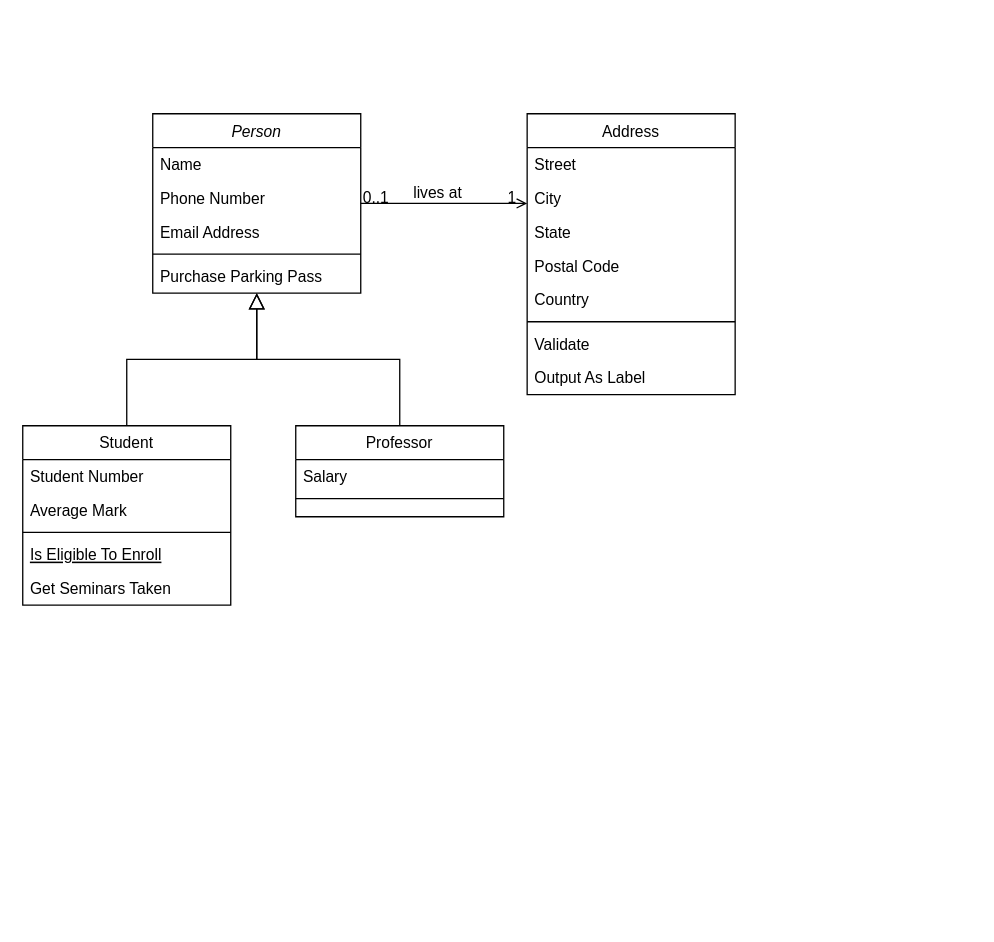
The draw.io diagram Biểu đồ không có tiêu đề.drawio in HieuNguyen06nd/JAVA30_SQL, before the edit. Source tidied: cells renumbered, new cells numbered last; positions are measured from the earlier drawing's top-left corner, leaving out a move shared by most shapes. Both pictures are drawn from the tidied source at 130%, with x=0, y=0 at pixel (22, 113).
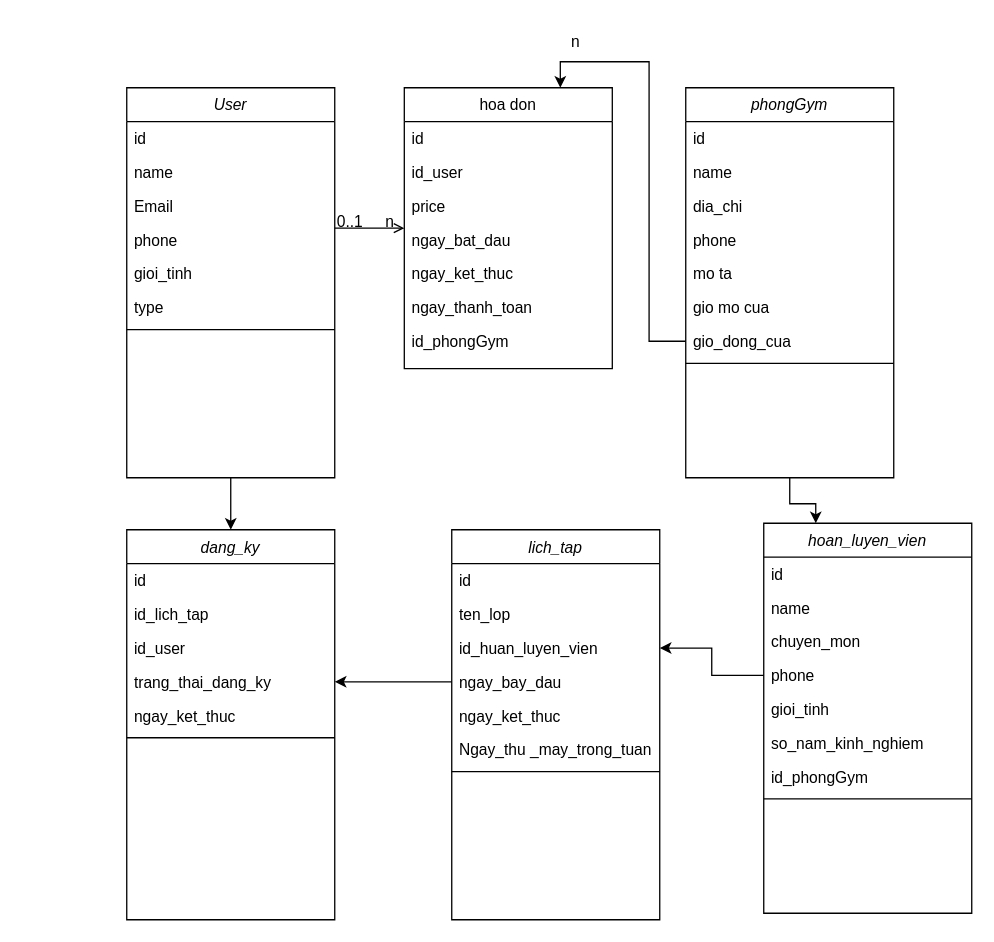
After the change.

Commit message (it also covers changes not shown here):
Cập nhật Biểu đồ không có tiêu đề.drawio

The change refers to these unchanged cells:
```xml
<mxCell id="28" style="endArrow=open;shadow=0;strokeWidth=1;rounded=0;curved=0;endFill=1;edgeStyle=elbowEdgeStyle;elbow=vertical;" parent="1" edge="1" source="2" target="19">
  <mxGeometry x="0.5" y="41" relative="1" as="geometry">
    <mxPoint x="-40" y="32" as="offset" />
  </mxGeometry>
</mxCell>
```

What changed in the source:
```diff
@@
+    <mxCell id="32" style="edgeStyle=orthogonalEdgeStyle;rounded=0;jettySize=auto;html=1;entryX=0.5;entryY=0;entryDx=0;entryDy=0;" parent="1" edge="1" source="2" target="67">
+      <mxGeometry relative="1" as="geometry" />
+    </mxCell>
-    <mxCell id="2" value="Person" style="swimlane;fontStyle=2;align=center;verticalAlign=top;horizontal=1;startSize=26;rounded=0;shadow=0;strokeWidth=1;" parent="1" vertex="1">
-      <mxGeometry x="100" width="160" height="138" as="geometry" />
+    <mxCell id="2" value="User" style="swimlane;fontStyle=2;align=center;verticalAlign=top;horizontal=1;startSize=26;rounded=0;shadow=0;strokeWidth=1;" parent="1" vertex="1">
+      <mxGeometry x="80" y="-20" width="160" height="300" as="geometry" />
     </mxCell>
-    <mxCell id="3" value="Name" style="text;align=left;verticalAlign=top;spacingLeft=4;spacingRight=4;overflow=hidden;" parent="2" vertex="1">
+    <mxCell id="3" value="id&#10;" style="text;align=left;verticalAlign=top;spacingLeft=4;spacingRight=4;overflow=hidden;" parent="2" vertex="1">
       <mxGeometry y="26" width="160" height="26" as="geometry" />
     </mxCell>
-    <mxCell id="4" value="Phone Number" style="text;align=left;verticalAlign=top;spacingLeft=4;spacingRight=4;overflow=hidden;rounded=0;shadow=0;html=0;" parent="2" vertex="1">
+    <mxCell id="4" value="name" style="text;align=left;verticalAlign=top;spacingLeft=4;spacingRight=4;overflow=hidden;rounded=0;shadow=0;html=0;" parent="2" vertex="1">
       <mxGeometry y="52" width="160" height="26" as="geometry" />
     </mxCell>
-    <mxCell id="5" value="Email Address" style="text;align=left;verticalAlign=top;spacingLeft=4;spacingRight=4;overflow=hidden;rounded=0;shadow=0;html=0;" parent="2" vertex="1">
+    <mxCell id="5" value="Email" style="text;align=left;verticalAlign=top;spacingLeft=4;spacingRight=4;overflow=hidden;rounded=0;shadow=0;html=0;" parent="2" vertex="1">
       <mxGeometry y="78" width="160" height="26" as="geometry" />
     </mxCell>
+    <mxCell id="33" value="phone" style="text;align=left;verticalAlign=top;spacingLeft=4;spacingRight=4;overflow=hidden;" parent="2" vertex="1">
+      <mxGeometry y="104" width="160" height="26" as="geometry" />
+    </mxCell>
+    <mxCell id="34" value="gioi_tinh" style="text;align=left;verticalAlign=top;spacingLeft=4;spacingRight=4;overflow=hidden;" parent="2" vertex="1">
+      <mxGeometry y="130" width="160" height="26" as="geometry" />
+    </mxCell>
+    <mxCell id="35" value="type&#10;" style="text;align=left;verticalAlign=top;spacingLeft=4;spacingRight=4;overflow=hidden;" parent="2" vertex="1">
+      <mxGeometry y="156" width="160" height="26" as="geometry" />
+    </mxCell>
     <mxCell id="6" style="line;html=1;strokeWidth=1;align=left;verticalAlign=middle;spacingTop=-1;spacingLeft=3;spacingRight=3;labelPosition=right;" parent="2" vertex="1">
-      <mxGeometry y="104" width="160" height="8" as="geometry" />
+      <mxGeometry y="182" width="160" height="8" as="geometry" />
     </mxCell>
-    <mxCell id="7" value="Purchase Parking Pass" style="text;align=left;verticalAlign=top;spacingLeft=4;spacingRight=4;overflow=hidden;" parent="2" vertex="1">
-      <mxGeometry y="112" width="160" height="26" as="geometry" />
-    </mxCell>
-    <mxCell id="8" value="Student" style="swimlane;fontStyle=0;align=center;verticalAlign=top;horizontal=1;startSize=26;rounded=0;shadow=0;strokeWidth=1;" parent="1" vertex="1">
-      <mxGeometry y="240" width="160" height="138" as="geometry" />
-    </mxCell>
-    <mxCell id="9" value="Student Number" style="text;align=left;verticalAlign=top;spacingLeft=4;spacingRight=4;overflow=hidden;" parent="8" vertex="1">
-      <mxGeometry y="26" width="160" height="26" as="geometry" />
-    </mxCell>
-    <mxCell id="10" value="Average Mark" style="text;align=left;verticalAlign=top;spacingLeft=4;spacingRight=4;overflow=hidden;rounded=0;shadow=0;html=0;" parent="8" vertex="1">
-      <mxGeometry y="52" width="160" height="26" as="geometry" />
-    </mxCell>
-    <mxCell id="11" style="line;html=1;strokeWidth=1;align=left;verticalAlign=middle;spacingTop=-1;spacingLeft=3;spacingRight=3;labelPosition=right;" parent="8" vertex="1">
-      <mxGeometry y="78" width="160" height="8" as="geometry" />
-    </mxCell>
-    <mxCell id="12" value="Is Eligible To Enroll" style="text;align=left;verticalAlign=top;spacingLeft=4;spacingRight=4;overflow=hidden;fontStyle=4;" parent="8" vertex="1">
-      <mxGeometry y="86" width="160" height="26" as="geometry" />
-    </mxCell>
-    <mxCell id="13" value="Get Seminars Taken" style="text;align=left;verticalAlign=top;spacingLeft=4;spacingRight=4;overflow=hidden;" parent="8" vertex="1">
-      <mxGeometry y="112" width="160" height="26" as="geometry" />
-    </mxCell>
-    <mxCell id="14" style="endArrow=block;endSize=10;endFill=0;shadow=0;strokeWidth=1;rounded=0;curved=0;edgeStyle=elbowEdgeStyle;elbow=vertical;" parent="1" edge="1" source="8" target="2">
-      <mxGeometry relative="1" as="geometry" />
-    </mxCell>
-    <mxCell id="15" value="Professor" style="swimlane;fontStyle=0;align=center;verticalAlign=top;horizontal=1;startSize=26;rounded=0;shadow=0;strokeWidth=1;" parent="1" vertex="1">
-      <mxGeometry x="210" y="240" width="160" height="70" as="geometry" />
-    </mxCell>
-    <mxCell id="16" value="Salary" style="text;align=left;verticalAlign=top;spacingLeft=4;spacingRight=4;overflow=hidden;" parent="15" vertex="1">
-      <mxGeometry y="26" width="160" height="26" as="geometry" />
-    </mxCell>
-    <mxCell id="17" style="line;html=1;strokeWidth=1;align=left;verticalAlign=middle;spacingTop=-1;spacingLeft=3;spacingRight=3;labelPosition=right;" parent="15" vertex="1">
-      <mxGeometry y="52" width="160" height="8" as="geometry" />
-    </mxCell>
-    <mxCell id="18" style="endArrow=block;endSize=10;endFill=0;shadow=0;strokeWidth=1;rounded=0;curved=0;edgeStyle=elbowEdgeStyle;elbow=vertical;" parent="1" edge="1" source="15" target="2">
-      <mxGeometry relative="1" as="geometry" />
-    </mxCell>
+    <mxCell id="36" value="hoan_luyen_vien" style="swimlane;fontStyle=2;align=center;verticalAlign=top;horizontal=1;startSize=26;rounded=0;shadow=0;strokeWidth=1;" parent="1" vertex="1">
+      <mxGeometry x="570" y="315" width="160" height="300" as="geometry" />
+    </mxCell>
+    <mxCell id="37" value="id&#10;" style="text;align=left;verticalAlign=top;spacingLeft=4;spacingRight=4;overflow=hidden;" parent="36" vertex="1">
+      <mxGeometry y="26" width="160" height="26" as="geometry" />
+    </mxCell>
+    <mxCell id="38" value="name" style="text;align=left;verticalAlign=top;spacingLeft=4;spacingRight=4;overflow=hidden;rounded=0;shadow=0;html=0;" parent="36" vertex="1">
+      <mxGeometry y="52" width="160" height="26" as="geometry" />
+    </mxCell>
+    <mxCell id="39" value="chuyen_mon" style="text;align=left;verticalAlign=top;spacingLeft=4;spacingRight=4;overflow=hidden;rounded=0;shadow=0;html=0;" parent="36" vertex="1">
+      <mxGeometry y="78" width="160" height="26" as="geometry" />
+    </mxCell>
+    <mxCell id="40" value="phone" style="text;align=left;verticalAlign=top;spacingLeft=4;spacingRight=4;overflow=hidden;points=[[0,0.5],[1,0.5]];portConstraint=eastwest;" parent="36" vertex="1">
+      <mxGeometry y="104" width="160" height="26" as="geometry" />
+    </mxCell>
+    <mxCell id="41" value="gioi_tinh" style="text;align=left;verticalAlign=top;spacingLeft=4;spacingRight=4;overflow=hidden;" parent="36" vertex="1">
+      <mxGeometry y="130" width="160" height="26" as="geometry" />
+    </mxCell>
+    <mxCell id="42" value="so_nam_kinh_nghiem" style="text;align=left;verticalAlign=top;spacingLeft=4;spacingRight=4;overflow=hidden;" parent="36" vertex="1">
+      <mxGeometry y="156" width="160" height="26" as="geometry" />
+    </mxCell>
+    <mxCell id="43" value="id_phongGym" style="text;align=left;verticalAlign=top;spacingLeft=4;spacingRight=4;overflow=hidden;" parent="36" vertex="1">
+      <mxGeometry y="182" width="160" height="26" as="geometry" />
+    </mxCell>
+    <mxCell id="44" style="line;html=1;strokeWidth=1;align=left;verticalAlign=middle;spacingTop=-1;spacingLeft=3;spacingRight=3;labelPosition=right;" parent="36" vertex="1">
+      <mxGeometry y="208" width="160" height="8" as="geometry" />
+    </mxCell>
+    <mxCell id="45" value="lich_tap" style="swimlane;fontStyle=2;align=center;verticalAlign=top;horizontal=1;startSize=26;rounded=0;shadow=0;strokeWidth=1;" parent="1" vertex="1">
+      <mxGeometry x="330" y="320" width="160" height="300" as="geometry" />
+    </mxCell>
+    <mxCell id="46" value="id&#10;" style="text;align=left;verticalAlign=top;spacingLeft=4;spacingRight=4;overflow=hidden;" parent="45" vertex="1">
+      <mxGeometry y="26" width="160" height="26" as="geometry" />
+    </mxCell>
+    <mxCell id="47" value="ten_lop&#10;" style="text;align=left;verticalAlign=top;spacingLeft=4;spacingRight=4;overflow=hidden;rounded=0;shadow=0;html=0;" parent="45" vertex="1">
+      <mxGeometry y="52" width="160" height="26" as="geometry" />
+    </mxCell>
+    <mxCell id="48" value="id_huan_luyen_vien" style="text;align=left;verticalAlign=top;spacingLeft=4;spacingRight=4;overflow=hidden;points=[[0,0.5],[1,0.5]];portConstraint=eastwest;rounded=0;shadow=0;html=0;" parent="45" vertex="1">
+      <mxGeometry y="78" width="160" height="26" as="geometry" />
+    </mxCell>
+    <mxCell id="49" value="ngay_bay_dau" style="text;align=left;verticalAlign=top;spacingLeft=4;spacingRight=4;overflow=hidden;points=[[0,0.5],[1,0.5]];portConstraint=eastwest;" parent="45" vertex="1">
+      <mxGeometry y="104" width="160" height="26" as="geometry" />
+    </mxCell>
+    <mxCell id="50" value="ngay_ket_thuc" style="text;align=left;verticalAlign=top;spacingLeft=4;spacingRight=4;overflow=hidden;" parent="45" vertex="1">
+      <mxGeometry y="130" width="160" height="26" as="geometry" />
+    </mxCell>
+    <mxCell id="51" value="Ngay_thu _may_trong_tuan" style="text;align=left;verticalAlign=top;spacingLeft=4;spacingRight=4;overflow=hidden;" parent="45" vertex="1">
+      <mxGeometry y="156" width="160" height="26" as="geometry" />
+    </mxCell>
+    <mxCell id="52" style="line;html=1;strokeWidth=1;align=left;verticalAlign=middle;spacingTop=-1;spacingLeft=3;spacingRight=3;labelPosition=right;" parent="45" vertex="1">
+      <mxGeometry y="182" width="160" height="8" as="geometry" />
+    </mxCell>
+    <mxCell id="53" style="edgeStyle=orthogonalEdgeStyle;rounded=0;jettySize=auto;html=1;entryX=0.25;entryY=0;entryDx=0;entryDy=0;" parent="1" edge="1" source="54" target="36">
+      <mxGeometry relative="1" as="geometry" />
+    </mxCell>
+    <mxCell id="54" value="phongGym" style="swimlane;fontStyle=2;align=center;verticalAlign=top;horizontal=1;startSize=26;rounded=0;shadow=0;strokeWidth=1;" parent="1" vertex="1">
+      <mxGeometry x="510" y="-20" width="160" height="300" as="geometry" />
+    </mxCell>
+    <mxCell id="55" value="id&#10;" style="text;align=left;verticalAlign=top;spacingLeft=4;spacingRight=4;overflow=hidden;" parent="54" vertex="1">
+      <mxGeometry y="26" width="160" height="26" as="geometry" />
+    </mxCell>
+    <mxCell id="56" value="name" style="text;align=left;verticalAlign=top;spacingLeft=4;spacingRight=4;overflow=hidden;rounded=0;shadow=0;html=0;" parent="54" vertex="1">
+      <mxGeometry y="52" width="160" height="26" as="geometry" />
+    </mxCell>
+    <mxCell id="57" value="dia_chi" style="text;align=left;verticalAlign=top;spacingLeft=4;spacingRight=4;overflow=hidden;rounded=0;shadow=0;html=0;" parent="54" vertex="1">
+      <mxGeometry y="78" width="160" height="26" as="geometry" />
+    </mxCell>
+    <mxCell id="58" value="phone" style="text;align=left;verticalAlign=top;spacingLeft=4;spacingRight=4;overflow=hidden;" parent="54" vertex="1">
+      <mxGeometry y="104" width="160" height="26" as="geometry" />
+    </mxCell>
+    <mxCell id="59" value="mo ta" style="text;align=left;verticalAlign=top;spacingLeft=4;spacingRight=4;overflow=hidden;" parent="54" vertex="1">
+      <mxGeometry y="130" width="160" height="26" as="geometry" />
+    </mxCell>
+    <mxCell id="60" value="gio mo cua" style="text;align=left;verticalAlign=top;spacingLeft=4;spacingRight=4;overflow=hidden;" parent="54" vertex="1">
+      <mxGeometry y="156" width="160" height="26" as="geometry" />
+    </mxCell>
+    <mxCell id="61" value="gio_dong_cua&#10;&#10;" style="text;align=left;verticalAlign=top;spacingLeft=4;spacingRight=4;overflow=hidden;points=[[0,0.5],[1,0.5]];portConstraint=eastwest;" parent="54" vertex="1">
+      <mxGeometry y="182" width="160" height="26" as="geometry" />
+    </mxCell>
+    <mxCell id="62" style="line;html=1;strokeWidth=1;align=left;verticalAlign=middle;spacingTop=-1;spacingLeft=3;spacingRight=3;labelPosition=right;" parent="54" vertex="1">
+      <mxGeometry y="208" width="160" height="8" as="geometry" />
+    </mxCell>
-    <mxCell id="19" value="Address" style="swimlane;fontStyle=0;align=center;verticalAlign=top;horizontal=1;startSize=26;rounded=0;shadow=0;strokeWidth=1;" parent="1" vertex="1">
-      <mxGeometry x="388" width="160" height="216" as="geometry" />
+    <mxCell id="19" value="hoa don" style="swimlane;fontStyle=0;align=center;verticalAlign=top;horizontal=1;startSize=26;rounded=0;shadow=0;strokeWidth=1;" parent="1" vertex="1">
+      <mxGeometry x="293.5" y="-20" width="160" height="216" as="geometry" />
     </mxCell>
-    <mxCell id="20" value="Street" style="text;align=left;verticalAlign=top;spacingLeft=4;spacingRight=4;overflow=hidden;" parent="19" vertex="1">
+    <mxCell id="20" value="id" style="text;align=left;verticalAlign=top;spacingLeft=4;spacingRight=4;overflow=hidden;" parent="19" vertex="1">
       <mxGeometry y="26" width="160" height="26" as="geometry" />
     </mxCell>
-    <mxCell id="21" value="City" style="text;align=left;verticalAlign=top;spacingLeft=4;spacingRight=4;overflow=hidden;rounded=0;shadow=0;html=0;" parent="19" vertex="1">
+    <mxCell id="21" value="id_user" style="text;align=left;verticalAlign=top;spacingLeft=4;spacingRight=4;overflow=hidden;rounded=0;shadow=0;html=0;" parent="19" vertex="1">
       <mxGeometry y="52" width="160" height="26" as="geometry" />
     </mxCell>
-    <mxCell id="22" value="State" style="text;align=left;verticalAlign=top;spacingLeft=4;spacingRight=4;overflow=hidden;rounded=0;shadow=0;html=0;" parent="19" vertex="1">
+    <mxCell id="22" value="price" style="text;align=left;verticalAlign=top;spacingLeft=4;spacingRight=4;overflow=hidden;rounded=0;shadow=0;html=0;" parent="19" vertex="1">
       <mxGeometry y="78" width="160" height="26" as="geometry" />
     </mxCell>
-    <mxCell id="23" value="Postal Code" style="text;align=left;verticalAlign=top;spacingLeft=4;spacingRight=4;overflow=hidden;rounded=0;shadow=0;html=0;" parent="19" vertex="1">
+    <mxCell id="23" value="ngay_bat_dau" style="text;align=left;verticalAlign=top;spacingLeft=4;spacingRight=4;overflow=hidden;rounded=0;shadow=0;html=0;" parent="19" vertex="1">
       <mxGeometry y="104" width="160" height="26" as="geometry" />
     </mxCell>
-    <mxCell id="24" value="Country" style="text;align=left;verticalAlign=top;spacingLeft=4;spacingRight=4;overflow=hidden;rounded=0;shadow=0;html=0;" parent="19" vertex="1">
+    <mxCell id="24" value="ngay_ket_thuc" style="text;align=left;verticalAlign=top;spacingLeft=4;spacingRight=4;overflow=hidden;rounded=0;shadow=0;html=0;" parent="19" vertex="1">
       <mxGeometry y="130" width="160" height="26" as="geometry" />
     </mxCell>
-    <mxCell id="25" style="line;html=1;strokeWidth=1;align=left;verticalAlign=middle;spacingTop=-1;spacingLeft=3;spacingRight=3;labelPosition=right;" parent="19" vertex="1">
-      <mxGeometry y="156" width="160" height="8" as="geometry" />
-    </mxCell>
-    <mxCell id="26" value="Validate" style="text;align=left;verticalAlign=top;spacingLeft=4;spacingRight=4;overflow=hidden;" parent="19" vertex="1">
-      <mxGeometry y="164" width="160" height="26" as="geometry" />
-    </mxCell>
-    <mxCell id="27" value="Output As Label" style="text;align=left;verticalAlign=top;spacingLeft=4;spacingRight=4;overflow=hidden;" parent="19" vertex="1">
-      <mxGeometry y="190" width="160" height="26" as="geometry" />
+    <mxCell id="27" value="ngay_thanh_toan" style="text;align=left;verticalAlign=top;spacingLeft=4;spacingRight=4;overflow=hidden;" parent="19" vertex="1">
+      <mxGeometry y="156" width="160" height="26" as="geometry" />
     </mxCell>
+    <mxCell id="63" value="id_phongGym&#10;" style="text;align=left;verticalAlign=top;spacingLeft=4;spacingRight=4;overflow=hidden;rounded=0;shadow=0;html=0;" parent="19" vertex="1">
+      <mxGeometry y="182" width="160" height="26" as="geometry" />
+    </mxCell>
@@
-    <mxCell id="30" value="1" style="align=right;verticalAlign=bottom;labelBackgroundColor=none;fontSize=12;" parent="28" vertex="1">
+    <mxCell id="30" value="n" style="align=right;verticalAlign=bottom;labelBackgroundColor=none;fontSize=12;" parent="28" vertex="1">
       <mxGeometry x="1" relative="1" as="geometry">
         <mxPoint x="-7" y="4" as="offset" />
       </mxGeometry>
     </mxCell>
-    <mxCell id="31" value="lives at" style="text;html=1;align=center;verticalAlign=middle;labelBackgroundColor=none;rounded=0;shadow=0;strokeWidth=1;fontSize=12;" parent="28" vertex="1">
-      <mxGeometry x="0.5" y="49" relative="1" as="geometry">
-        <mxPoint x="-38" y="40" as="offset" />
-      </mxGeometry>
-    </mxCell>
+    <mxCell id="64" style="edgeStyle=orthogonalEdgeStyle;rounded=0;jettySize=auto;html=1;entryX=0.75;entryY=0;entryDx=0;entryDy=0;" parent="1" edge="1" source="61" target="19">
+      <mxGeometry relative="1" as="geometry" />
+    </mxCell>
+    <mxCell id="65" value="n" style="text;html=1;align=center;verticalAlign=middle;strokeColor=none;fillColor=none;" parent="1" vertex="1">
+      <mxGeometry x="410" y="-70" width="30" height="30" as="geometry" />
+    </mxCell>
+    <mxCell id="66" style="edgeStyle=orthogonalEdgeStyle;rounded=0;jettySize=auto;html=1;entryX=1;entryY=0.5;entryDx=0;entryDy=0;" parent="1" edge="1" source="40" target="48">
+      <mxGeometry relative="1" as="geometry" />
+    </mxCell>
+    <mxCell id="67" value="dang_ky" style="swimlane;fontStyle=2;align=center;verticalAlign=top;horizontal=1;startSize=26;rounded=0;shadow=0;strokeWidth=1;" parent="1" vertex="1">
+      <mxGeometry x="80" y="320" width="160" height="300" as="geometry" />
+    </mxCell>
+    <mxCell id="68" value="id&#10;" style="text;align=left;verticalAlign=top;spacingLeft=4;spacingRight=4;overflow=hidden;" parent="67" vertex="1">
+      <mxGeometry y="26" width="160" height="26" as="geometry" />
+    </mxCell>
+    <mxCell id="69" value="id_lich_tap" style="text;align=left;verticalAlign=top;spacingLeft=4;spacingRight=4;overflow=hidden;rounded=0;shadow=0;html=0;" parent="67" vertex="1">
+      <mxGeometry y="52" width="160" height="26" as="geometry" />
+    </mxCell>
+    <mxCell id="70" value="id_user" style="text;align=left;verticalAlign=top;spacingLeft=4;spacingRight=4;overflow=hidden;rounded=0;shadow=0;html=0;" parent="67" vertex="1">
+      <mxGeometry y="78" width="160" height="26" as="geometry" />
+    </mxCell>
+    <mxCell id="71" value="trang_thai_dang_ky" style="text;align=left;verticalAlign=top;spacingLeft=4;spacingRight=4;overflow=hidden;points=[[0,0.5],[1,0.5]];portConstraint=eastwest;" parent="67" vertex="1">
+      <mxGeometry y="104" width="160" height="26" as="geometry" />
+    </mxCell>
+    <mxCell id="72" value="ngay_ket_thuc" style="text;align=left;verticalAlign=top;spacingLeft=4;spacingRight=4;overflow=hidden;" parent="67" vertex="1">
+      <mxGeometry y="130" width="160" height="26" as="geometry" />
+    </mxCell>
+    <mxCell id="25" style="line;html=1;strokeWidth=1;align=left;verticalAlign=middle;spacingTop=-1;spacingLeft=3;spacingRight=3;labelPosition=right;" parent="67" vertex="1">
+      <mxGeometry y="156" width="160" height="8" as="geometry" />
+    </mxCell>
+    <mxCell id="73" style="edgeStyle=orthogonalEdgeStyle;rounded=0;jettySize=auto;html=1;entryX=1;entryY=0.5;entryDx=0;entryDy=0;" parent="1" edge="1" source="49" target="71">
+      <mxGeometry relative="1" as="geometry" />
+    </mxCell>
```
